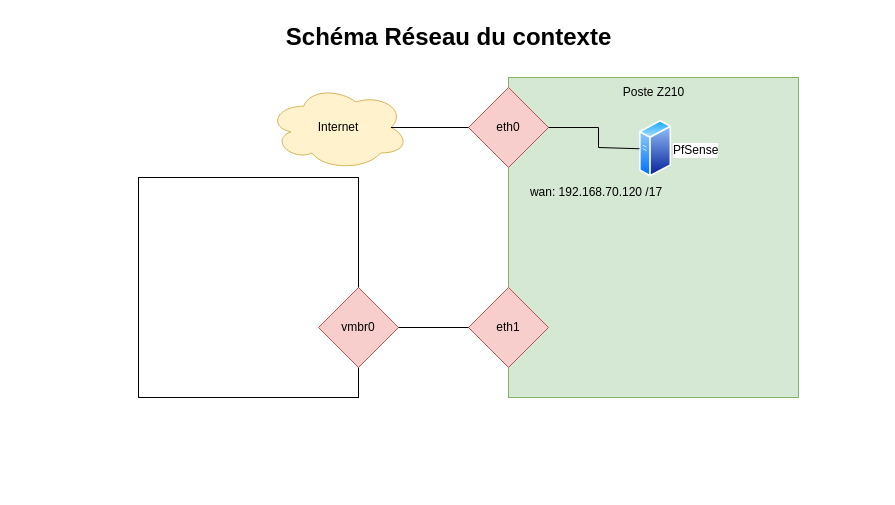
This is Diagramme sans nom.drawio from TomMedn/DiagsReseau, a draw.io file, before an edit. Source tidied: cells renumbered, new cells numbered last; positions are measured from the earlier drawing's top-left corner, leaving out a move shared by most shapes. Both pictures are drawn from the tidied source at 100%, with x=0, y=0 at pixel (17, 17).
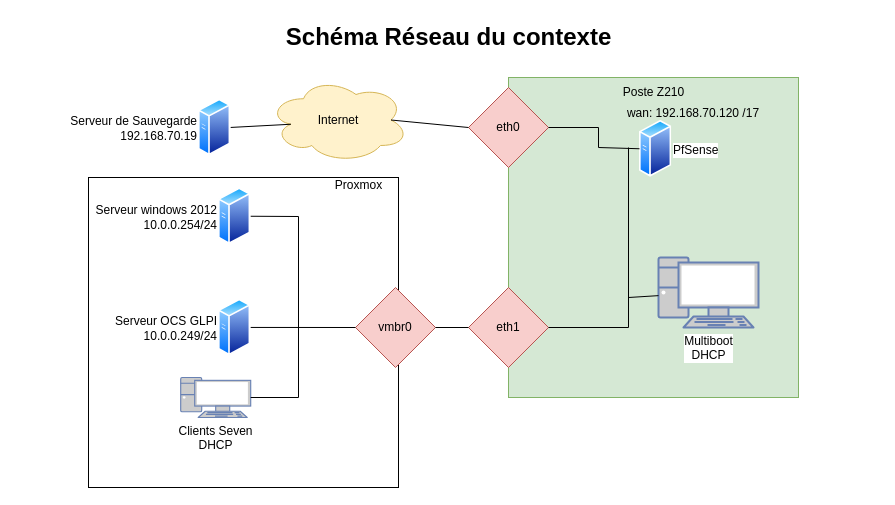
The same diagram, later.

Commit message:
Mettre à jour Diagramme sans nom.drawio

The change refers to these unchanged cells:
```xml
<mxCell id="6" value="eth1" style="rhombus;whiteSpace=wrap;html=1;fillColor=#f8cecc;strokeColor=#b85450;" parent="1" vertex="1">
  <mxGeometry x="451" y="270" width="80" height="80" as="geometry" />
</mxCell>
```

The edit, as a diff of the source:
```diff
@@
     <mxCell id="4" style="whiteSpace=wrap;html=1;" parent="1" vertex="1">
-      <mxGeometry x="121" y="160" width="220" height="220" as="geometry" />
+      <mxGeometry x="71" y="160" width="310" height="310" as="geometry" />
     </mxCell>
@@
     <mxCell id="7" value="&lt;div&gt;Internet&lt;/div&gt;" style="ellipse;shape=cloud;whiteSpace=wrap;html=1;fillColor=#fff2cc;strokeColor=#d6b656;" parent="1" vertex="1">
-      <mxGeometry x="251" y="67.5" width="140" height="85" as="geometry" />
+      <mxGeometry x="251" y="60" width="140" height="85" as="geometry" />
     </mxCell>
@@
     <mxCell id="9" value="vmbr0" style="rhombus;whiteSpace=wrap;html=1;fillColor=#f8cecc;strokeColor=#b85450;" parent="1" vertex="1">
-      <mxGeometry x="301" y="270" width="80" height="80" as="geometry" />
+      <mxGeometry x="338" y="270" width="80" height="80" as="geometry" />
     </mxCell>
@@
     <mxCell id="14" value="wan: 192.168.70.120 /17" style="text;html=1;strokeColor=none;fillColor=none;align=center;verticalAlign=middle;whiteSpace=wrap;rounded=0;" parent="1" vertex="1">
-      <mxGeometry x="504.2" y="160" width="150" height="30" as="geometry" />
+      <mxGeometry x="601" y="81.2" width="150" height="30" as="geometry" />
     </mxCell>
+    <mxCell id="15" value="Serveur windows 2012&lt;br&gt;10.0.0.254/24" style="perimeter=ellipsePerimeter;html=1;align=right;shadow=0;dashed=0;spacingTop=3;image;image=img/lib/active_directory/generic_server.svg;labelPosition=left;verticalLabelPosition=middle;verticalAlign=middle;" parent="1" vertex="1">
+      <mxGeometry x="201" y="170" width="32.2" height="57.5" as="geometry" />
+    </mxCell>
+    <mxCell id="16" value="Serveur de Sauvegarde&lt;br&gt;192.168.70.19" style="perimeter=ellipsePerimeter;html=1;align=right;shadow=0;dashed=0;spacingTop=3;image;image=img/lib/active_directory/generic_server.svg;labelPosition=left;verticalLabelPosition=middle;verticalAlign=middle;" parent="1" vertex="1">
+      <mxGeometry x="181" y="81.2" width="32.2" height="57.5" as="geometry" />
+    </mxCell>
+    <mxCell id="17" style="endArrow=none;html=1;rounded=0;exitX=1;exitY=0.5;exitDx=0;exitDy=0;entryX=0.16;entryY=0.55;entryDx=0;entryDy=0;entryPerimeter=0;" parent="1" edge="1" source="16" target="7">
+      <mxGeometry relative="1" as="geometry" />
+    </mxCell>
+    <mxCell id="18" value="Multiboot&lt;br&gt;&lt;div&gt;DHCP&lt;/div&gt;" style="fontColor=#000000;verticalAlign=top;verticalLabelPosition=bottom;labelPosition=center;align=center;html=1;outlineConnect=0;fillColor=#CCCCCC;strokeColor=#6881B3;gradientColor=none;gradientDirection=north;strokeWidth=2;shape=mxgraph.networks.pc;labelBackgroundColor=default;" parent="1" vertex="1">
+      <mxGeometry x="641" y="240" width="100" height="70" as="geometry" />
+    </mxCell>
+    <mxCell id="19" style="endArrow=none;html=1;rounded=0;exitX=1;exitY=0.5;exitDx=0;exitDy=0;" parent="1" edge="1" source="6">
+      <mxGeometry relative="1" as="geometry">
+        <mxPoint x="611" y="130" as="targetPoint" />
+        <Array as="points">
+          <mxPoint x="611" y="310" />
+        </Array>
+      </mxGeometry>
+    </mxCell>
+    <mxCell id="20" style="endArrow=none;html=1;rounded=0;" parent="1" edge="1" source="18">
+      <mxGeometry relative="1" as="geometry">
+        <mxPoint x="611" y="280" as="targetPoint" />
+      </mxGeometry>
+    </mxCell>
+    <mxCell id="21" value="Serveur OCS GLPI&lt;br&gt;10.0.0.249/24" style="perimeter=ellipsePerimeter;html=1;align=right;shadow=0;dashed=0;spacingTop=3;image;image=img/lib/active_directory/generic_server.svg;labelPosition=left;verticalLabelPosition=middle;verticalAlign=middle;" parent="1" vertex="1">
+      <mxGeometry x="201" y="281.2" width="32.2" height="57.5" as="geometry" />
+    </mxCell>
+    <mxCell id="22" value="&lt;div&gt;Clients Seven&lt;/div&gt;&lt;div&gt;DHCP&lt;br&gt;&lt;/div&gt;" style="fontColor=#000000;verticalAlign=top;verticalLabelPosition=bottom;labelPosition=center;align=center;html=1;outlineConnect=0;fillColor=#CCCCCC;strokeColor=#6881B3;gradientColor=none;gradientDirection=north;strokeWidth=2;shape=mxgraph.networks.pc;labelBackgroundColor=default;" parent="1" vertex="1">
+      <mxGeometry x="163.2" y="360" width="70" height="40" as="geometry" />
+    </mxCell>
+    <mxCell id="23" value="&lt;div&gt;Proxmox&lt;/div&gt;&lt;div&gt;&lt;br&gt;&lt;/div&gt;" style="text;html=1;strokeColor=none;fillColor=none;align=center;verticalAlign=middle;whiteSpace=wrap;rounded=0;" parent="1" vertex="1">
+      <mxGeometry x="293.5" y="160" width="95" height="30" as="geometry" />
+    </mxCell>
+    <mxCell id="24" style="endArrow=none;html=1;rounded=0;exitX=0;exitY=0.5;exitDx=0;exitDy=0;entryX=1;entryY=0.5;entryDx=0;entryDy=0;" parent="1" edge="1" source="9" target="21">
+      <mxGeometry relative="1" as="geometry" />
+    </mxCell>
+    <mxCell id="25" style="endArrow=none;html=1;rounded=0;entryX=1;entryY=0.5;entryDx=0;entryDy=0;" parent="1" edge="1" target="15">
+      <mxGeometry relative="1" as="geometry">
+        <mxPoint x="281" y="310" as="sourcePoint" />
+        <Array as="points">
+          <mxPoint x="281" y="199" />
+        </Array>
+      </mxGeometry>
+    </mxCell>
+    <mxCell id="26" style="endArrow=none;html=1;rounded=0;entryX=1;entryY=0.5;entryDx=0;entryDy=0;entryPerimeter=0;" parent="1" edge="1" target="22">
+      <mxGeometry relative="1" as="geometry">
+        <mxPoint x="281" y="310" as="sourcePoint" />
+        <Array as="points">
+          <mxPoint x="281" y="380" />
+        </Array>
+      </mxGeometry>
+    </mxCell>
```
